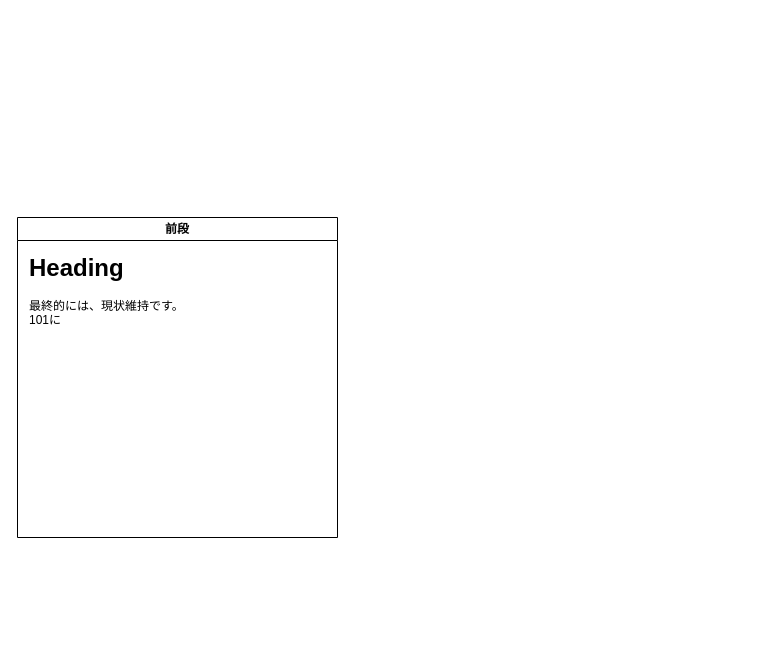
Before: page "3/27" (2 of 2) of draw.io/psy_case.drawio in minegishirei/psy, a draw.io diagram. Source tidied: cells renumbered, new cells numbered last; positions are measured from the earlier drawing's top-left corner, leaving out a move shared by most shapes. Both pictures are drawn from the tidied source at 100%, with x=0, y=0 at pixel (17, 217).
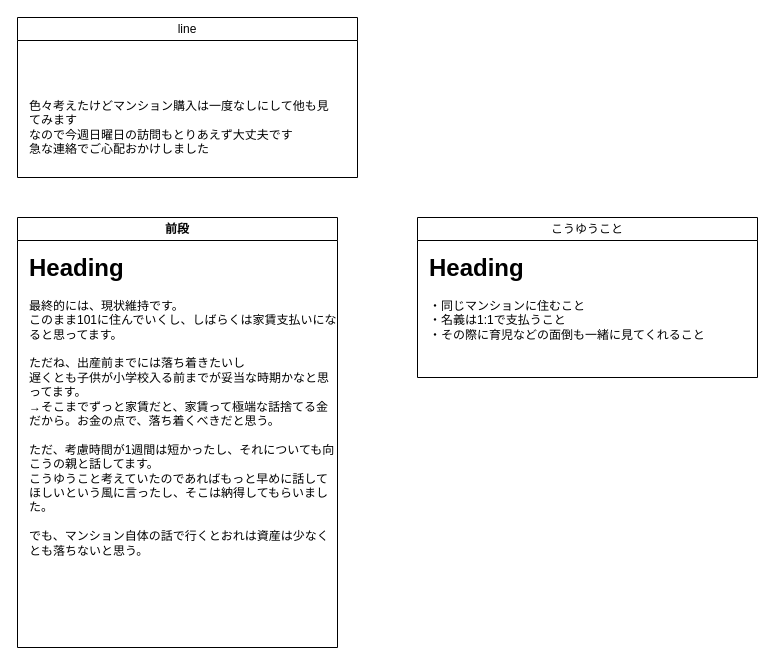
Above is the later version.

What changed in the source:
```diff
@@
 <mxGraphModel>
   <root>
     <mxCell id="0" />
     <mxCell id="1" parent="0" />
     <mxCell id="2" value="前段" style="swimlane;whiteSpace=wrap;html=1;" parent="1" vertex="1">
-      <mxGeometry width="320" height="320" as="geometry" />
+      <mxGeometry width="320" height="430" as="geometry" />
     </mxCell>
-    <mxCell id="3" value="&lt;h1 style=&quot;margin-top: 0px;&quot;&gt;Heading&lt;/h1&gt;&lt;div&gt;最終的には、現状維持です。&lt;/div&gt;&lt;div&gt;&lt;span style=&quot;background-color: initial;&quot;&gt;101に&lt;/span&gt;&lt;/div&gt;&lt;div&gt;&lt;br&gt;&lt;/div&gt;&lt;div&gt;&lt;br&gt;&lt;/div&gt;&lt;div&gt;&lt;span style=&quot;white-space: pre;&quot;&gt;&#9;&lt;/span&gt;&lt;br&gt;&lt;/div&gt;" style="text;html=1;whiteSpace=wrap;overflow=hidden;rounded=0;" parent="2" vertex="1">
-      <mxGeometry x="10" y="30" width="310" height="290" as="geometry" />
+    <mxCell id="3" value="&lt;h1 style=&quot;margin-top: 0px;&quot;&gt;Heading&lt;/h1&gt;&lt;div&gt;最終的には、現状維持です。&lt;/div&gt;&lt;div&gt;&lt;span style=&quot;background-color: initial;&quot;&gt;このまま101に住んでいくし、しばらくは家賃支払いになると思ってます。&lt;/span&gt;&lt;br&gt;&lt;/div&gt;&lt;div&gt;&lt;br&gt;&lt;/div&gt;&lt;div&gt;ただね、出産前までには落ち着きたいし&lt;/div&gt;&lt;div&gt;遅くとも子供が小学校入る前までが妥当な時期かなと思ってます。&lt;/div&gt;&lt;div&gt;→そこまでずっと家賃だと、家賃って極端な話捨てる金だから。お金の点で、落ち着くべきだと思う。&lt;/div&gt;&lt;div&gt;&lt;br&gt;&lt;/div&gt;&lt;div&gt;ただ、考慮時間が1週間は短かったし、それについても向こうの親と話してます。&lt;/div&gt;&lt;div&gt;こうゆうこと考えていたのであればもっと早めに話してほしいという風に言ったし、そこは納得してもらいました。&lt;/div&gt;&lt;div&gt;&lt;br&gt;&lt;/div&gt;&lt;div&gt;でも、マンション自体の話で行くとおれは資産は少なくとも落ちないと思う。&lt;/div&gt;&lt;div&gt;&lt;br&gt;&lt;/div&gt;&lt;div&gt;&lt;br&gt;&lt;/div&gt;" style="text;html=1;whiteSpace=wrap;overflow=hidden;rounded=0;" parent="2" vertex="1">
+      <mxGeometry x="10" y="30" width="310" height="400" as="geometry" />
     </mxCell>
+    <mxCell id="4" value="&lt;span style=&quot;font-weight: 400; text-align: left;&quot;&gt;こうゆうこと&lt;/span&gt;" style="swimlane;whiteSpace=wrap;html=1;" parent="1" vertex="1">
+      <mxGeometry x="400" width="340" height="160" as="geometry" />
+    </mxCell>
+    <mxCell id="5" value="&lt;h1 style=&quot;margin-top: 0px;&quot;&gt;Heading&lt;/h1&gt;&lt;div&gt;・同じマンションに住むこと&lt;/div&gt;&lt;div&gt;・名義は1:1で支払うこと&lt;/div&gt;&lt;div&gt;・その際に育児などの面倒も一緒に見てくれること&lt;/div&gt;" style="text;html=1;whiteSpace=wrap;overflow=hidden;rounded=0;" parent="4" vertex="1">
+      <mxGeometry x="10" y="30" width="310" height="120" as="geometry" />
+    </mxCell>
+    <mxCell id="6" value="&lt;span style=&quot;font-weight: 400; text-align: left;&quot;&gt;line&lt;/span&gt;" style="swimlane;whiteSpace=wrap;html=1;" parent="1" vertex="1">
+      <mxGeometry y="-200" width="340" height="160" as="geometry" />
+    </mxCell>
+    <mxCell id="7" value="&lt;h1 style=&quot;margin-top: 0px;&quot;&gt;&lt;br&gt;&lt;/h1&gt;&lt;div&gt;&lt;div&gt;色々考えたけどマンション購入は一度なしにして他も見てみます&lt;/div&gt;&lt;div&gt;なので今週日曜日の訪問もとりあえず大丈夫です&lt;/div&gt;&lt;div&gt;急な連絡でご心配おかけしました&lt;/div&gt;&lt;/div&gt;" style="text;html=1;whiteSpace=wrap;overflow=hidden;rounded=0;" parent="6" vertex="1">
+      <mxGeometry x="10" y="30" width="310" height="120" as="geometry" />
+    </mxCell>
   </root>
 </mxGraphModel>
```
